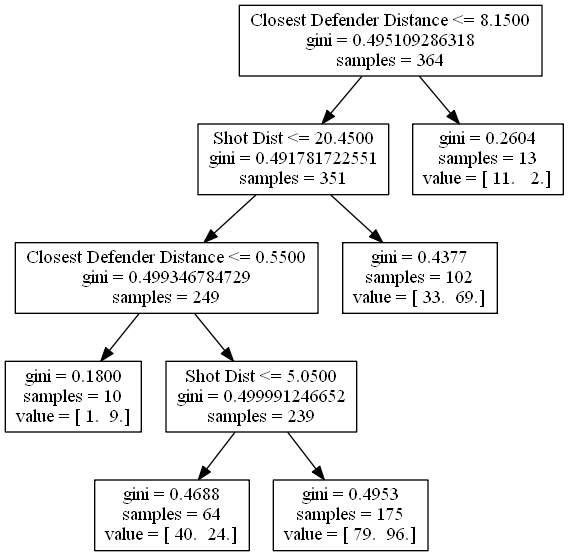
Above: carmelo_anthony.png in bveber/Analyze_NBA (Graphviz), before the change. Its source is kept beside it as carmelo_anthony.dot. Its diagram source:
```dot
digraph Tree {
0 [label="Closest Defender Distance <= 8.1500\ngini = 0.495109286318\nsamples = 364", shape="box"] ;
1 [label="Shot Dist <= 20.4500\ngini = 0.491781722551\nsamples = 351", shape="box"] ;
0 -> 1 ;
2 [label="Closest Defender Distance <= 0.5500\ngini = 0.499346784729\nsamples = 249", shape="box"] ;
1 -> 2 ;
3 [label="gini = 0.1800\nsamples = 10\nvalue = [ 1.  9.]", shape="box"] ;
2 -> 3 ;
4 [label="Shot Dist <= 5.0500\ngini = 0.499991246652\nsamples = 239", shape="box"] ;
2 -> 4 ;
5 [label="gini = 0.4688\nsamples = 64\nvalue = [ 40.  24.]", shape="box"] ;
4 -> 5 ;
6 [label="gini = 0.4953\nsamples = 175\nvalue = [ 79.  96.]", shape="box"] ;
4 -> 6 ;
7 [label="gini = 0.4377\nsamples = 102\nvalue = [ 33.  69.]", shape="box"] ;
1 -> 7 ;
8 [label="gini = 0.2604\nsamples = 13\nvalue = [ 11.   2.]", shape="box"] ;
0 -> 8 ;
}
```
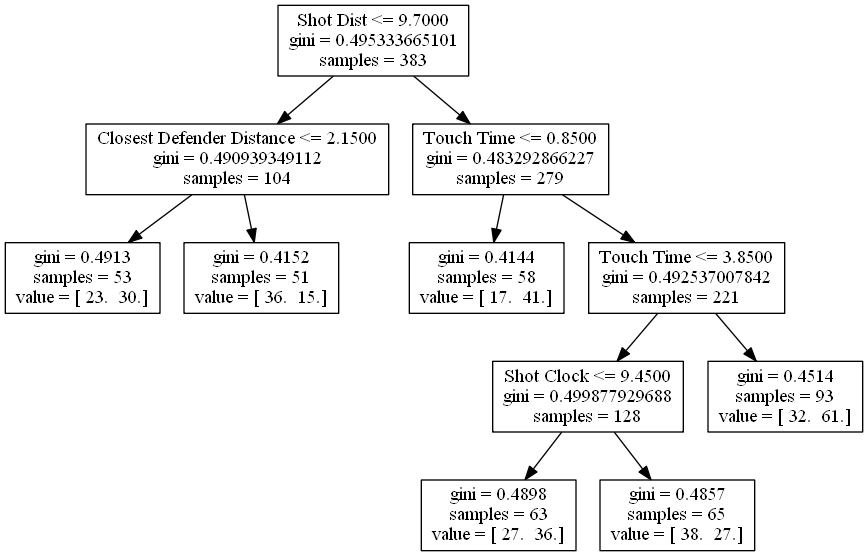
Above is the later version.

The edit, as a diff of the source:
```diff
@@ -1,19 +1,23 @@
 digraph Tree {
-0 [label="Closest Defender Distance <= 8.1500\ngini = 0.495109286318\nsamples = 364", shape="box"] ;
-1 [label="Shot Dist <= 20.4500\ngini = 0.491781722551\nsamples = 351", shape="box"] ;
+0 [label="Shot Dist <= 9.7000\ngini = 0.495333665101\nsamples = 383", shape="box"] ;
+1 [label="Closest Defender Distance <= 2.1500\ngini = 0.490939349112\nsamples = 104", shape="box"] ;
 0 -> 1 ;
-2 [label="Closest Defender Distance <= 0.5500\ngini = 0.499346784729\nsamples = 249", shape="box"] ;
+2 [label="gini = 0.4913\nsamples = 53\nvalue = [ 23.  30.]", shape="box"] ;
 1 -> 2 ;
-3 [label="gini = 0.1800\nsamples = 10\nvalue = [ 1.  9.]", shape="box"] ;
-2 -> 3 ;
-4 [label="Shot Dist <= 5.0500\ngini = 0.499991246652\nsamples = 239", shape="box"] ;
-2 -> 4 ;
-5 [label="gini = 0.4688\nsamples = 64\nvalue = [ 40.  24.]", shape="box"] ;
+3 [label="gini = 0.4152\nsamples = 51\nvalue = [ 36.  15.]", shape="box"] ;
+1 -> 3 ;
+4 [label="Touch Time <= 0.8500\ngini = 0.483292866227\nsamples = 279", shape="box"] ;
+0 -> 4 ;
+5 [label="gini = 0.4144\nsamples = 58\nvalue = [ 17.  41.]", shape="box"] ;
 4 -> 5 ;
-6 [label="gini = 0.4953\nsamples = 175\nvalue = [ 79.  96.]", shape="box"] ;
+6 [label="Touch Time <= 3.8500\ngini = 0.492537007842\nsamples = 221", shape="box"] ;
 4 -> 6 ;
-7 [label="gini = 0.4377\nsamples = 102\nvalue = [ 33.  69.]", shape="box"] ;
-1 -> 7 ;
-8 [label="gini = 0.2604\nsamples = 13\nvalue = [ 11.   2.]", shape="box"] ;
-0 -> 8 ;
+7 [label="Shot Clock <= 9.4500\ngini = 0.499877929688\nsamples = 128", shape="box"] ;
+6 -> 7 ;
+8 [label="gini = 0.4898\nsamples = 63\nvalue = [ 27.  36.]", shape="box"] ;
+7 -> 8 ;
+9 [label="gini = 0.4857\nsamples = 65\nvalue = [ 38.  27.]", shape="box"] ;
+7 -> 9 ;
+10 [label="gini = 0.4514\nsamples = 93\nvalue = [ 32.  61.]", shape="box"] ;
+6 -> 10 ;
 }
```
